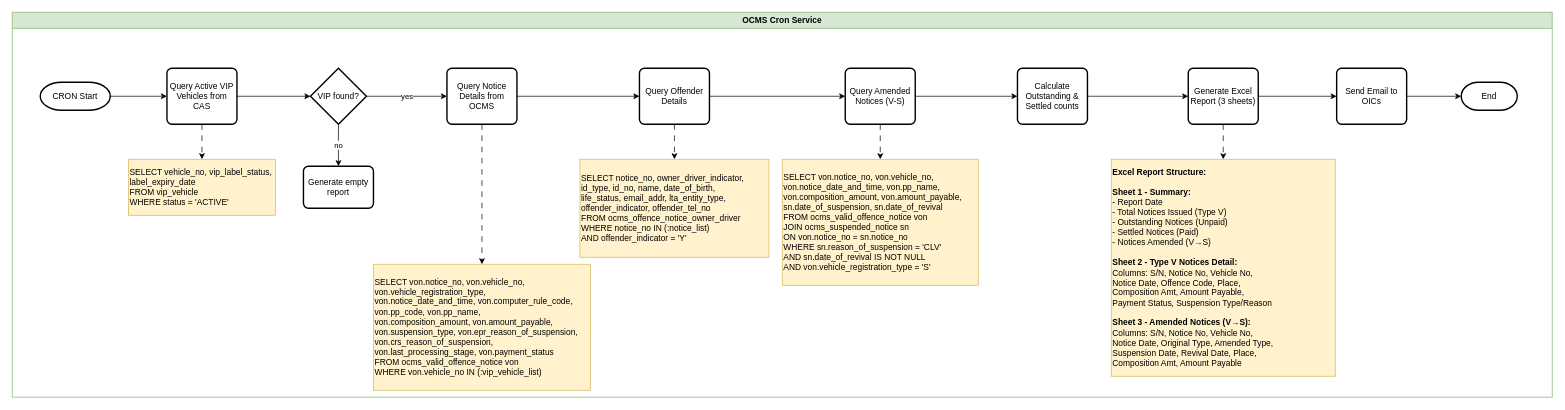
The draw.io diagram page "VIP_Classified_Report" (6 of 7) of OCMS 14/Section 6/OCMS14-Technical_Flowchart_Section_6.drawio in rafifmgg/techdoc, before the edit. Source tidied: cells renumbered, new cells numbered last; positions are measured from the earlier drawing's top-left corner, leaving out a move shared by most shapes. Both pictures are drawn from the tidied source at 70%, with x=0, y=0 at pixel (12, 12).
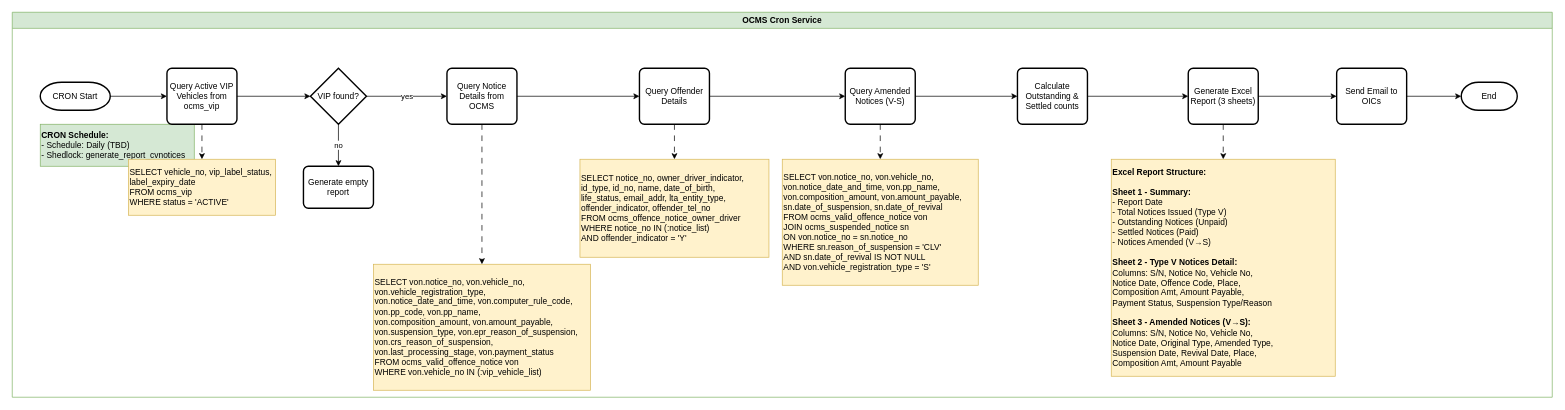
After the change.

The change refers to these unchanged cells:
```xml
<mxCell id="2" value="OCMS Cron Service" style="swimlane;whiteSpace=wrap;html=1;fillColor=#d5e8d4;strokeColor=#82b366;" parent="1" vertex="1">
  <mxGeometry width="2200" height="550" as="geometry" />
</mxCell>
```

The edit, as a diff of the source:
```diff
@@
+    <mxCell id="34" value="&lt;b&gt;CRON Schedule:&lt;/b&gt;&lt;div&gt;- Schedule: Daily (TBD)&lt;/div&gt;&lt;div&gt;- Shedlock: generate_report_cvnotices&lt;/div&gt;" style="rounded=0;whiteSpace=wrap;html=1;align=left;strokeColor=#82b366;fillColor=#d5e8d4;" parent="2" vertex="1">
+      <mxGeometry x="40" y="160" width="220" height="60" as="geometry" />
+    </mxCell>
@@
-    <mxCell id="5" value="Query Active VIP Vehicles from CAS" style="rounded=1;whiteSpace=wrap;html=1;absoluteArcSize=1;arcSize=14;strokeWidth=2;" parent="2" vertex="1">
+    <mxCell id="5" value="Query Active VIP Vehicles from ocms_vip" style="rounded=1;whiteSpace=wrap;html=1;absoluteArcSize=1;arcSize=14;strokeWidth=2;" parent="2" vertex="1">
       <mxGeometry x="221" y="80" width="100" height="80" as="geometry" />
     </mxCell>
@@
-    <mxCell id="7" value="SELECT vehicle_no, vip_label_status,&lt;div&gt;label_expiry_date&lt;/div&gt;&lt;div&gt;FROM vip_vehicle&lt;/div&gt;&lt;div&gt;WHERE status = 'ACTIVE'&lt;/div&gt;" style="text;html=1;whiteSpace=wrap;strokeColor=#d6b656;fillColor=#fff2cc;align=left;verticalAlign=middle;rounded=0;" parent="2" vertex="1">
+    <mxCell id="7" value="SELECT vehicle_no, vip_label_status,&lt;div&gt;label_expiry_date&lt;/div&gt;&lt;div&gt;FROM ocms_vip&lt;/div&gt;&lt;div&gt;WHERE status = 'ACTIVE'&lt;/div&gt;" style="text;html=1;whiteSpace=wrap;strokeColor=#d6b656;fillColor=#fff2cc;align=left;verticalAlign=middle;rounded=0;" parent="2" vertex="1">
       <mxGeometry x="166" y="210" width="210" height="80" as="geometry" />
     </mxCell>
```
